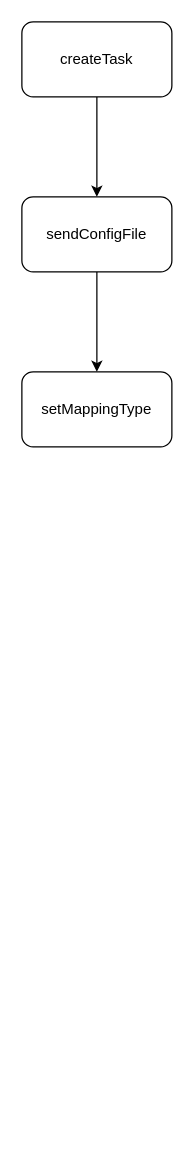
This is page "vslam建图流程" (3 of 3) of pcMappingInterface.drawio from Jev0987/drawioFile, a draw.io file, before an edit. Source tidied: cells renumbered, new cells numbered last; positions are measured from the earlier drawing's top-left corner, leaving out a move shared by most shapes. Both pictures are drawn from the tidied source at 125%, with x=0, y=0 at pixel (21, 21).
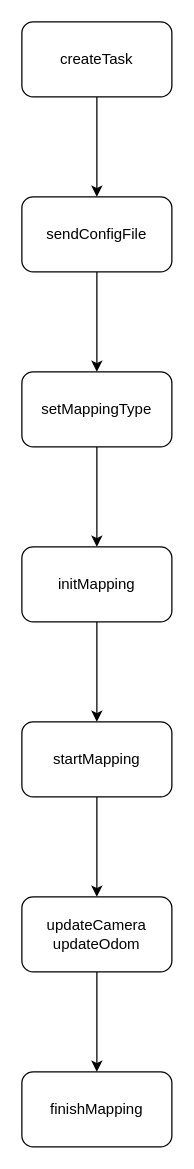
After the change.

The edit, as a diff of the source:
```diff
@@
 <mxGraphModel>
   <root>
     <mxCell id="0" />
     <mxCell id="1" parent="0" />
     <mxCell id="2" style="edgeStyle=orthogonalEdgeStyle;rounded=0;jettySize=auto;html=1;" parent="1" edge="1" source="3" target="5">
       <mxGeometry relative="1" as="geometry" />
     </mxCell>
     <mxCell id="3" value="createTask" style="rounded=1;whiteSpace=wrap;html=1;" parent="1" vertex="1">
       <mxGeometry width="120" height="60" as="geometry" />
     </mxCell>
     <mxCell id="4" style="edgeStyle=orthogonalEdgeStyle;rounded=0;jettySize=auto;html=1;" parent="1" edge="1" source="5" target="6">
       <mxGeometry relative="1" as="geometry" />
     </mxCell>
     <mxCell id="5" value="sendConfigFile" style="rounded=1;whiteSpace=wrap;html=1;" parent="1" vertex="1">
       <mxGeometry y="140" width="120" height="60" as="geometry" />
     </mxCell>
+    <mxCell id="7" style="edgeStyle=orthogonalEdgeStyle;rounded=0;jettySize=auto;html=1;" parent="1" edge="1" source="6" target="9">
+      <mxGeometry relative="1" as="geometry" />
+    </mxCell>
     <mxCell id="6" value="setMappingType" style="rounded=1;whiteSpace=wrap;html=1;" parent="1" vertex="1">
       <mxGeometry y="280" width="120" height="60" as="geometry" />
     </mxCell>
+    <mxCell id="8" style="edgeStyle=orthogonalEdgeStyle;rounded=0;jettySize=auto;html=1;" parent="1" edge="1" source="9" target="11">
+      <mxGeometry relative="1" as="geometry" />
+    </mxCell>
+    <mxCell id="9" value="initMapping" style="rounded=1;whiteSpace=wrap;html=1;" parent="1" vertex="1">
+      <mxGeometry y="420" width="120" height="60" as="geometry" />
+    </mxCell>
+    <mxCell id="10" style="edgeStyle=orthogonalEdgeStyle;rounded=0;jettySize=auto;html=1;" parent="1" edge="1" source="11" target="13">
+      <mxGeometry relative="1" as="geometry" />
+    </mxCell>
+    <mxCell id="11" value="startMapping" style="rounded=1;whiteSpace=wrap;html=1;" parent="1" vertex="1">
+      <mxGeometry y="560" width="120" height="60" as="geometry" />
+    </mxCell>
+    <mxCell id="12" style="edgeStyle=orthogonalEdgeStyle;rounded=0;jettySize=auto;html=1;" parent="1" edge="1" source="13" target="14">
+      <mxGeometry relative="1" as="geometry" />
+    </mxCell>
+    <mxCell id="13" value="updateCamera&lt;br&gt;updateOdom" style="rounded=1;whiteSpace=wrap;html=1;" parent="1" vertex="1">
+      <mxGeometry y="700" width="120" height="60" as="geometry" />
+    </mxCell>
+    <mxCell id="14" value="finishMapping" style="rounded=1;whiteSpace=wrap;html=1;" parent="1" vertex="1">
+      <mxGeometry y="840" width="120" height="60" as="geometry" />
+    </mxCell>
   </root>
 </mxGraphModel>
```
